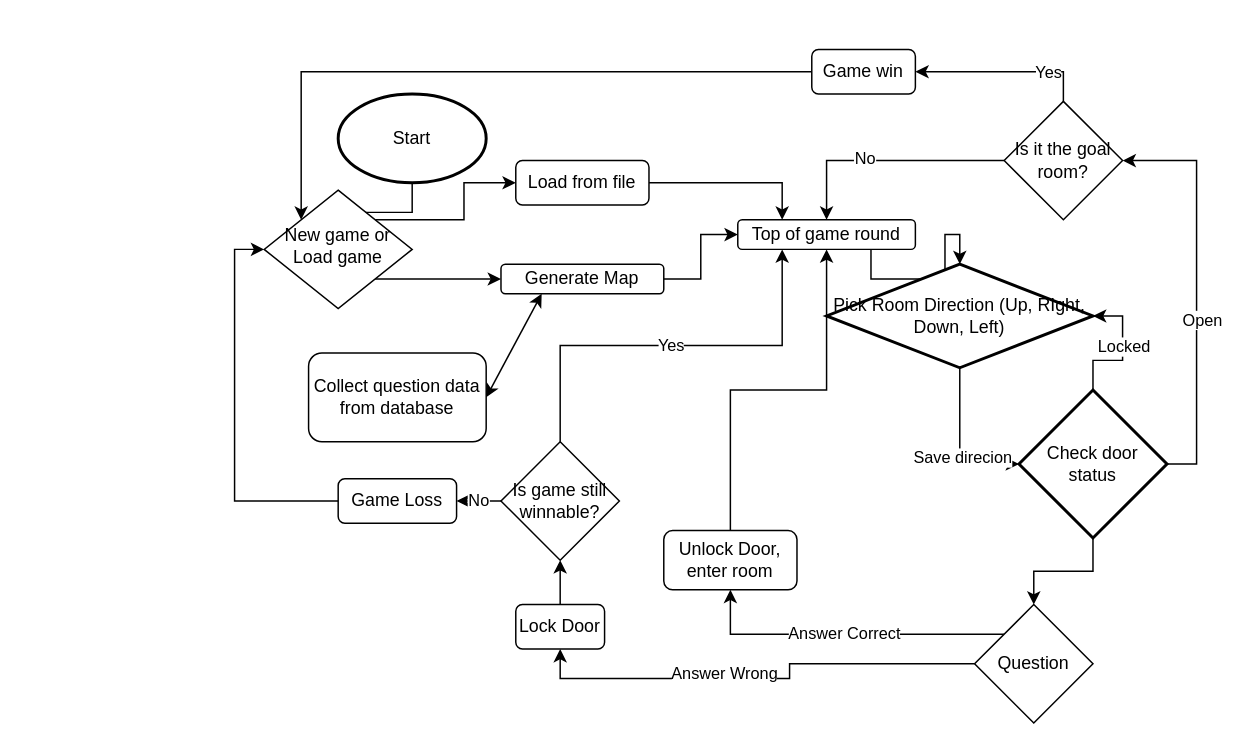
Above: TriviaMazeFlowchart.drawio in mperez68/TriviaMaze (draw.io), before the change. Source tidied: cells renumbered, new cells numbered last; positions are measured from the earlier drawing's top-left corner, leaving out a move shared by most shapes. Both pictures are drawn from the tidied source at 148%, with x=0, y=0 at pixel (263, 49).
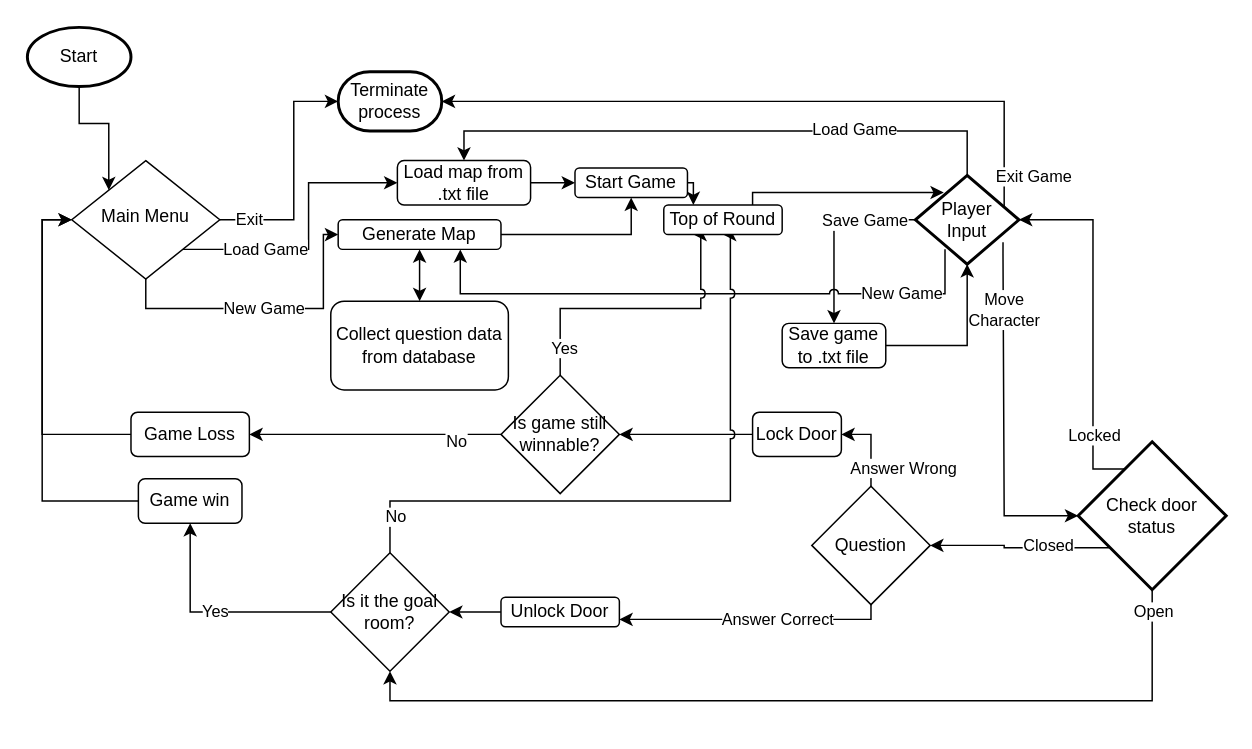
The same page after the edit.

Diff of the diagram source:
```diff
@@
-    <mxCell id="2" style="rounded=0;html=1;jettySize=auto;fontSize=11;endArrow=block;endFill=0;endSize=8;strokeWidth=1;shadow=0;labelBackgroundColor=none;edgeStyle=orthogonalEdgeStyle;" parent="1" edge="1" source="13" target="5">
-      <mxGeometry relative="1" as="geometry" />
-    </mxCell>
+    <mxCell id="4" value="New Game" style="edgeStyle=orthogonalEdgeStyle;rounded=0;jettySize=auto;html=1;exitX=0.5;exitY=1;exitDx=0;exitDy=0;entryX=0;entryY=0.5;entryDx=0;entryDy=0;" parent="1" edge="1" source="5" target="7">
+      <mxGeometry relative="1" as="geometry">
+        <Array as="points">
+          <mxPoint x="-80" y="175" />
+          <mxPoint x="40" y="175" />
+          <mxPoint x="40" y="125" />
+        </Array>
+      </mxGeometry>
+    </mxCell>
+    <mxCell id="45" value="Exit" style="edgeStyle=orthogonalEdgeStyle;rounded=0;jettySize=auto;html=1;exitX=1;exitY=0.5;exitDx=0;exitDy=0;entryX=0;entryY=0.5;entryDx=0;entryDy=0;entryPerimeter=0;" parent="1" edge="1" source="5" target="63">
+      <mxGeometry x="-0.75" relative="1" as="geometry">
+        <Array as="points">
+          <mxPoint x="20" y="115" />
+          <mxPoint x="20" y="35" />
+        </Array>
+      </mxGeometry>
+    </mxCell>
-    <mxCell id="3" style="edgeStyle=orthogonalEdgeStyle;rounded=0;jettySize=auto;html=1;exitX=1;exitY=0;exitDx=0;exitDy=0;entryX=0;entryY=0.5;entryDx=0;entryDy=0;" parent="1" edge="1" source="5" target="9">
+    <mxCell id="3" style="edgeStyle=orthogonalEdgeStyle;rounded=0;jettySize=auto;html=1;exitX=1;exitY=1;exitDx=0;exitDy=0;entryX=0;entryY=0.5;entryDx=0;entryDy=0;" parent="1" edge="1" source="5" target="9">
       <mxGeometry relative="1" as="geometry" />
     </mxCell>
-    <mxCell id="4" style="edgeStyle=orthogonalEdgeStyle;rounded=0;jettySize=auto;html=1;exitX=1;exitY=1;exitDx=0;exitDy=0;entryX=0;entryY=0.5;entryDx=0;entryDy=0;" parent="1" edge="1" source="5" target="7">
-      <mxGeometry relative="1" as="geometry" />
-    </mxCell>
+    <mxCell id="46" value="Load Game" style="edgeLabel;html=1;align=center;verticalAlign=middle;" parent="3" vertex="1">
+      <mxGeometry x="-0.42" y="1" relative="1" as="geometry" />
+    </mxCell>
-    <mxCell id="5" value="New game or Load game" style="rhombus;whiteSpace=wrap;html=1;shadow=0;fontFamily=Helvetica;fontSize=12;align=center;strokeWidth=1;spacing=6;spacingTop=-4;" parent="1" vertex="1">
-      <mxGeometry y="95" width="100" height="80" as="geometry" />
+    <mxCell id="5" value="Main Menu" style="rhombus;whiteSpace=wrap;html=1;shadow=0;fontFamily=Helvetica;fontSize=12;align=center;strokeWidth=1;spacing=6;spacingTop=-4;" parent="1" vertex="1">
+      <mxGeometry x="-130" y="75" width="100" height="80" as="geometry" />
     </mxCell>
-    <mxCell id="6" style="edgeStyle=orthogonalEdgeStyle;rounded=0;jettySize=auto;html=1;exitX=1;exitY=0.5;exitDx=0;exitDy=0;entryX=0;entryY=0.5;entryDx=0;entryDy=0;" parent="1" edge="1" source="7" target="11">
+    <mxCell id="6" style="edgeStyle=orthogonalEdgeStyle;rounded=0;jettySize=auto;html=1;exitX=1;exitY=0.5;exitDx=0;exitDy=0;" parent="1" edge="1" source="7" target="11">
       <mxGeometry relative="1" as="geometry" />
     </mxCell>
     <mxCell id="7" value="Generate Map" style="rounded=1;whiteSpace=wrap;html=1;fontSize=12;glass=0;strokeWidth=1;shadow=0;" parent="1" vertex="1">
-      <mxGeometry x="160" y="145" width="110" height="20" as="geometry" />
+      <mxGeometry x="50" y="115" width="110" height="20" as="geometry" />
     </mxCell>
-    <mxCell id="8" style="edgeStyle=orthogonalEdgeStyle;rounded=0;jettySize=auto;html=1;exitX=1;exitY=0.5;exitDx=0;exitDy=0;entryX=0.25;entryY=0;entryDx=0;entryDy=0;" parent="1" edge="1" source="9" target="11">
+    <mxCell id="8" style="edgeStyle=orthogonalEdgeStyle;rounded=0;jettySize=auto;html=1;exitX=1;exitY=0.5;exitDx=0;exitDy=0;" parent="1" edge="1" source="9" target="11">
       <mxGeometry relative="1" as="geometry" />
     </mxCell>
-    <mxCell id="9" value="Load from file" style="rounded=1;whiteSpace=wrap;html=1;" parent="1" vertex="1">
-      <mxGeometry x="170" y="75" width="90" height="30" as="geometry" />
+    <mxCell id="9" value="Load map from .txt file" style="rounded=1;whiteSpace=wrap;html=1;" parent="1" vertex="1">
+      <mxGeometry x="90" y="75" width="90" height="30" as="geometry" />
     </mxCell>
-    <mxCell id="10" style="edgeStyle=orthogonalEdgeStyle;rounded=0;jettySize=auto;html=1;exitX=0.75;exitY=1;exitDx=0;exitDy=0;entryX=0.5;entryY=0;entryDx=0;entryDy=0;entryPerimeter=0;" parent="1" edge="1" source="11" target="16">
+    <mxCell id="10" style="edgeStyle=orthogonalEdgeStyle;rounded=0;jettySize=auto;html=1;exitX=1;exitY=0.5;exitDx=0;exitDy=0;entryX=0.25;entryY=0;entryDx=0;entryDy=0;" parent="1" edge="1" source="11" target="62">
       <mxGeometry relative="1" as="geometry" />
     </mxCell>
-    <mxCell id="11" value="Top of game round" style="rounded=1;whiteSpace=wrap;html=1;" parent="1" vertex="1">
-      <mxGeometry x="320" y="115" width="120" height="20" as="geometry" />
+    <mxCell id="11" value="Start Game" style="rounded=1;whiteSpace=wrap;html=1;" parent="1" vertex="1">
+      <mxGeometry x="210" y="80" width="76" height="20" as="geometry" />
     </mxCell>
@@
+    <mxCell id="2" style="edgeStyle=orthogonalEdgeStyle;rounded=0;jettySize=auto;html=1;exitX=0.5;exitY=1;exitDx=0;exitDy=0;exitPerimeter=0;entryX=0;entryY=0;entryDx=0;entryDy=0;" parent="1" edge="1" source="13" target="5">
+      <mxGeometry relative="1" as="geometry" />
+    </mxCell>
     <mxCell id="13" value="Start" style="strokeWidth=2;html=1;shape=mxgraph.flowchart.start_1;whiteSpace=wrap;" parent="1" vertex="1">
-      <mxGeometry x="50" y="30" width="100" height="60" as="geometry" />
+      <mxGeometry x="-160" y="-15" width="70" height="40" as="geometry" />
     </mxCell>
-    <mxCell id="14" style="edgeStyle=orthogonalEdgeStyle;rounded=0;jettySize=auto;html=1;exitX=0.5;exitY=1;exitDx=0;exitDy=0;exitPerimeter=0;entryX=0;entryY=0.5;entryDx=0;entryDy=0;entryPerimeter=0;" parent="1" edge="1" source="16" target="22">
-      <mxGeometry relative="1" as="geometry" />
+    <mxCell id="14" style="edgeStyle=orthogonalEdgeStyle;rounded=0;jettySize=auto;html=1;exitX=0.846;exitY=0.753;exitDx=0;exitDy=0;exitPerimeter=0;entryX=0;entryY=0.5;entryDx=0;entryDy=0;entryPerimeter=0;" parent="1" edge="1" source="16" target="22">
+      <mxGeometry relative="1" as="geometry">
+        <Array as="points">
+          <mxPoint x="499" y="138" />
+          <mxPoint x="500" y="315" />
+        </Array>
+      </mxGeometry>
     </mxCell>
-    <mxCell id="15" value="Save direcion" style="edgeLabel;html=1;align=center;verticalAlign=middle;" parent="14" vertex="1">
-      <mxGeometry x="0.14" y="1" relative="1" as="geometry" />
-    </mxCell>
+    <mxCell id="47" value="Move&lt;br&gt;Character" style="edgeLabel;html=1;align=center;verticalAlign=middle;" parent="14" vertex="1">
+      <mxGeometry x="-0.21" relative="1" as="geometry">
+        <mxPoint y="-47.4" as="offset" />
+      </mxGeometry>
+    </mxCell>
+    <mxCell id="48" style="edgeStyle=orthogonalEdgeStyle;rounded=0;jumpStyle=arc;jettySize=auto;html=1;exitX=0;exitY=0.5;exitDx=0;exitDy=0;exitPerimeter=0;entryX=0.5;entryY=0;entryDx=0;entryDy=0;" parent="1" edge="1" source="16" target="60">
+      <mxGeometry relative="1" as="geometry" />
+    </mxCell>
+    <mxCell id="49" value="Save Game" style="edgeLabel;html=1;align=center;verticalAlign=middle;" parent="48" vertex="1">
+      <mxGeometry x="0.16" y="-3" relative="1" as="geometry">
+        <mxPoint x="23" y="-18" as="offset" />
+      </mxGeometry>
+    </mxCell>
+    <mxCell id="50" style="edgeStyle=orthogonalEdgeStyle;rounded=0;jumpStyle=arc;jettySize=auto;html=1;exitX=0.857;exitY=0.393;exitDx=0;exitDy=0;exitPerimeter=0;entryX=1;entryY=0.5;entryDx=0;entryDy=0;entryPerimeter=0;" parent="1" edge="1" source="16" target="63">
+      <mxGeometry relative="1" as="geometry">
+        <Array as="points">
+          <mxPoint x="500" y="35" />
+        </Array>
+      </mxGeometry>
+    </mxCell>
+    <mxCell id="51" value="Exit Game" style="edgeLabel;html=1;align=center;verticalAlign=middle;" parent="50" vertex="1">
+      <mxGeometry x="-0.81" y="1" relative="1" as="geometry">
+        <mxPoint x="21" y="20.4" as="offset" />
+      </mxGeometry>
+    </mxCell>
+    <mxCell id="52" style="edgeStyle=orthogonalEdgeStyle;rounded=0;jumpStyle=arc;jettySize=auto;html=1;exitX=0.5;exitY=0;exitDx=0;exitDy=0;exitPerimeter=0;entryX=0.5;entryY=0;entryDx=0;entryDy=0;" parent="1" edge="1" source="16" target="9">
+      <mxGeometry relative="1" as="geometry">
+        <Array as="points">
+          <mxPoint x="475" y="55" />
+          <mxPoint x="135" y="55" />
+        </Array>
+      </mxGeometry>
+    </mxCell>
+    <mxCell id="53" value="Load Game" style="edgeLabel;html=1;align=center;verticalAlign=middle;" parent="52" vertex="1">
+      <mxGeometry x="-0.45" y="-2" relative="1" as="geometry" />
+    </mxCell>
+    <mxCell id="54" style="edgeStyle=orthogonalEdgeStyle;rounded=0;jumpStyle=arc;jettySize=auto;html=1;exitX=0.286;exitY=0.833;exitDx=0;exitDy=0;exitPerimeter=0;entryX=0.75;entryY=1;entryDx=0;entryDy=0;" parent="1" edge="1" source="16" target="7">
+      <mxGeometry relative="1" as="geometry">
+        <Array as="points">
+          <mxPoint x="460" y="165" />
+          <mxPoint x="133" y="165" />
+        </Array>
+      </mxGeometry>
+    </mxCell>
+    <mxCell id="55" value="New Game" style="edgeLabel;html=1;align=center;verticalAlign=middle;" parent="54" vertex="1">
+      <mxGeometry x="-0.64" y="-1" relative="1" as="geometry">
+        <mxPoint x="10" as="offset" />
+      </mxGeometry>
+    </mxCell>
-    <mxCell id="16" value="&lt;span&gt;Pick Room Direction (Up, RIght, Down, Left)&lt;/span&gt;" style="strokeWidth=2;html=1;shape=mxgraph.flowchart.decision;whiteSpace=wrap;" parent="1" vertex="1">
-      <mxGeometry x="380" y="145" width="180" height="70" as="geometry" />
+    <mxCell id="16" value="&lt;span&gt;Player&lt;br&gt;Input&lt;br&gt;&lt;/span&gt;" style="strokeWidth=2;html=1;shape=mxgraph.flowchart.decision;whiteSpace=wrap;" parent="1" vertex="1">
+      <mxGeometry x="440" y="85" width="70" height="60" as="geometry" />
     </mxCell>
-    <mxCell id="17" style="edgeStyle=orthogonalEdgeStyle;rounded=0;jettySize=auto;html=1;exitX=1;exitY=0.5;exitDx=0;exitDy=0;exitPerimeter=0;entryX=1;entryY=0.5;entryDx=0;entryDy=0;" parent="1" edge="1" source="22" target="37">
-      <mxGeometry relative="1" as="geometry" />
-    </mxCell>
-    <mxCell id="18" value="Open" style="edgeLabel;html=1;align=center;verticalAlign=middle;" parent="17" vertex="1">
-      <mxGeometry x="-0.14" y="-3" relative="1" as="geometry" />
-    </mxCell>
-    <mxCell id="19" style="edgeStyle=orthogonalEdgeStyle;rounded=0;jettySize=auto;html=1;exitX=0.5;exitY=0;exitDx=0;exitDy=0;exitPerimeter=0;entryX=1;entryY=0.5;entryDx=0;entryDy=0;entryPerimeter=0;" parent="1" edge="1" source="22" target="16">
-      <mxGeometry relative="1" as="geometry" />
+    <mxCell id="19" style="edgeStyle=orthogonalEdgeStyle;rounded=0;jettySize=auto;html=1;entryX=1;entryY=0.5;entryDx=0;entryDy=0;entryPerimeter=0;exitX=0.32;exitY=0.184;exitDx=0;exitDy=0;exitPerimeter=0;" parent="1" edge="1" source="22" target="16">
+      <mxGeometry relative="1" as="geometry">
+        <Array as="points">
+          <mxPoint x="560" y="283" />
+          <mxPoint x="560" y="115" />
+        </Array>
+      </mxGeometry>
     </mxCell>
     <mxCell id="20" value="Locked" style="edgeLabel;html=1;align=center;verticalAlign=middle;" parent="19" vertex="1">
-      <mxGeometry x="0.1" relative="1" as="geometry" />
+      <mxGeometry x="0.1" relative="1" as="geometry">
+        <mxPoint y="86.6" as="offset" />
+      </mxGeometry>
     </mxCell>
-    <mxCell id="21" style="edgeStyle=orthogonalEdgeStyle;rounded=0;jettySize=auto;html=1;exitX=0.5;exitY=1;exitDx=0;exitDy=0;exitPerimeter=0;entryX=0.5;entryY=0;entryDx=0;entryDy=0;" parent="1" edge="1" source="22" target="26">
-      <mxGeometry relative="1" as="geometry" />
+    <mxCell id="21" value="Closed" style="edgeStyle=orthogonalEdgeStyle;rounded=0;jettySize=auto;html=1;exitX=0.212;exitY=0.716;exitDx=0;exitDy=0;exitPerimeter=0;entryX=1;entryY=0.5;entryDx=0;entryDy=0;" parent="1" edge="1" source="22" target="26">
+      <mxGeometry x="-0.33" y="-2" relative="1" as="geometry" />
     </mxCell>
+    <mxCell id="17" style="edgeStyle=orthogonalEdgeStyle;rounded=0;jumpStyle=arc;jettySize=auto;html=1;exitX=0.5;exitY=1;exitDx=0;exitDy=0;exitPerimeter=0;entryX=0.5;entryY=1;entryDx=0;entryDy=0;" parent="1" edge="1" source="22" target="37">
+      <mxGeometry relative="1" as="geometry" />
+    </mxCell>
+    <mxCell id="18" value="Open" style="edgeLabel;html=1;align=center;verticalAlign=middle;" parent="17" vertex="1">
+      <mxGeometry x="-0.9" relative="1" as="geometry">
+        <mxPoint y="-16" as="offset" />
+      </mxGeometry>
+    </mxCell>
     <mxCell id="22" value="Check door&lt;br&gt;status" style="strokeWidth=2;html=1;shape=mxgraph.flowchart.decision;whiteSpace=wrap;" parent="1" vertex="1">
-      <mxGeometry x="510" y="230" width="100" height="100" as="geometry" />
+      <mxGeometry x="550" y="265" width="100" height="100" as="geometry" />
     </mxCell>
-    <mxCell id="23" style="edgeStyle=orthogonalEdgeStyle;rounded=0;jettySize=auto;html=1;exitX=0;exitY=0.5;exitDx=0;exitDy=0;entryX=0.5;entryY=1;entryDx=0;entryDy=0;" parent="1" edge="1" source="26" target="28">
+    <mxCell id="23" style="edgeStyle=orthogonalEdgeStyle;rounded=0;jettySize=auto;html=1;exitX=0.5;exitY=0;exitDx=0;exitDy=0;entryX=1;entryY=0.5;entryDx=0;entryDy=0;" parent="1" edge="1" source="26" target="28">
       <mxGeometry relative="1" as="geometry" />
     </mxCell>
     <mxCell id="24" value="Answer Wrong" style="edgeLabel;html=1;align=center;verticalAlign=middle;" parent="23" vertex="1">
-      <mxGeometry x="0.16" y="-4" relative="1" as="geometry" />
+      <mxGeometry x="0.16" y="-4" relative="1" as="geometry">
+        <mxPoint x="17" y="19" as="offset" />
+      </mxGeometry>
     </mxCell>
-    <mxCell id="25" value="Answer Correct" style="edgeStyle=orthogonalEdgeStyle;rounded=0;jettySize=auto;html=1;exitX=0;exitY=0;exitDx=0;exitDy=0;entryX=0.5;entryY=1;entryDx=0;entryDy=0;" parent="1" edge="1" source="26" target="30">
-      <mxGeometry relative="1" as="geometry" />
+    <mxCell id="25" value="Answer Correct" style="edgeStyle=orthogonalEdgeStyle;rounded=0;jumpStyle=arc;jettySize=auto;html=1;exitX=0.5;exitY=1;exitDx=0;exitDy=0;entryX=1;entryY=0.75;entryDx=0;entryDy=0;" parent="1" edge="1" source="26" target="30">
+      <mxGeometry x="-0.19" relative="1" as="geometry">
+        <Array as="points">
+          <mxPoint x="410" y="385" />
+          <mxPoint x="244" y="385" />
+        </Array>
+      </mxGeometry>
     </mxCell>
     <mxCell id="26" value="Question" style="rhombus;whiteSpace=wrap;html=1;" parent="1" vertex="1">
-      <mxGeometry x="480" y="375" width="80" height="80" as="geometry" />
+      <mxGeometry x="370" y="295" width="80" height="80" as="geometry" />
     </mxCell>
-    <mxCell id="27" style="edgeStyle=orthogonalEdgeStyle;rounded=0;jettySize=auto;html=1;exitX=0.5;exitY=0;exitDx=0;exitDy=0;entryX=0.5;entryY=1;entryDx=0;entryDy=0;" parent="1" edge="1" source="28" target="40">
+    <mxCell id="27" style="edgeStyle=orthogonalEdgeStyle;rounded=0;jettySize=auto;html=1;exitX=0;exitY=0.5;exitDx=0;exitDy=0;entryX=1;entryY=0.5;entryDx=0;entryDy=0;" parent="1" edge="1" source="28" target="40">
       <mxGeometry relative="1" as="geometry" />
     </mxCell>
     <mxCell id="28" value="Lock Door" style="rounded=1;whiteSpace=wrap;html=1;" parent="1" vertex="1">
-      <mxGeometry x="170" y="375" width="60" height="30" as="geometry" />
+      <mxGeometry x="330" y="245" width="60" height="30" as="geometry" />
     </mxCell>
-    <mxCell id="29" style="edgeStyle=orthogonalEdgeStyle;rounded=0;jettySize=auto;html=1;exitX=0.5;exitY=0;exitDx=0;exitDy=0;entryX=0.5;entryY=1;entryDx=0;entryDy=0;" parent="1" edge="1" source="30" target="11">
-      <mxGeometry relative="1" as="geometry" />
-    </mxCell>
+    <mxCell id="56" style="edgeStyle=orthogonalEdgeStyle;rounded=0;jumpStyle=arc;jettySize=auto;html=1;exitX=0;exitY=0.5;exitDx=0;exitDy=0;" parent="1" edge="1" source="30" target="37">
+      <mxGeometry relative="1" as="geometry" />
+    </mxCell>
-    <mxCell id="30" value="Unlock Door,&lt;br&gt;enter room" style="rounded=1;whiteSpace=wrap;html=1;" parent="1" vertex="1">
-      <mxGeometry x="270" y="325" width="90" height="40" as="geometry" />
+    <mxCell id="30" value="Unlock Door" style="rounded=1;whiteSpace=wrap;html=1;" parent="1" vertex="1">
+      <mxGeometry x="160" y="370" width="80" height="20" as="geometry" />
     </mxCell>
-    <mxCell id="31" style="edgeStyle=orthogonalEdgeStyle;rounded=0;jettySize=auto;html=1;exitX=0;exitY=0.5;exitDx=0;exitDy=0;entryX=0;entryY=0;entryDx=0;entryDy=0;" parent="1" edge="1" source="32" target="5">
+    <mxCell id="31" style="edgeStyle=orthogonalEdgeStyle;rounded=0;jumpStyle=arc;jettySize=auto;html=1;exitX=0;exitY=0.5;exitDx=0;exitDy=0;entryX=0;entryY=0.5;entryDx=0;entryDy=0;" parent="1" edge="1" source="32" target="5">
       <mxGeometry relative="1" as="geometry" />
     </mxCell>
     <mxCell id="32" value="Game win" style="rounded=1;whiteSpace=wrap;html=1;" parent="1" vertex="1">
-      <mxGeometry x="370" width="70" height="30" as="geometry" />
+      <mxGeometry x="-85" y="290" width="70" height="30" as="geometry" />
     </mxCell>
-    <mxCell id="33" style="edgeStyle=orthogonalEdgeStyle;rounded=0;jettySize=auto;html=1;exitX=0;exitY=0.5;exitDx=0;exitDy=0;entryX=0.5;entryY=0;entryDx=0;entryDy=0;" parent="1" edge="1" source="37" target="11">
-      <mxGeometry relative="1" as="geometry" />
-    </mxCell>
+    <mxCell id="39" value="Yes" style="edgeStyle=orthogonalEdgeStyle;rounded=0;jumpStyle=arc;jettySize=auto;html=1;exitX=0;exitY=0.5;exitDx=0;exitDy=0;entryX=0.5;entryY=1;entryDx=0;entryDy=0;" parent="1" edge="1" source="37" target="32">
+      <mxGeometry relative="1" as="geometry" />
+    </mxCell>
+    <mxCell id="57" style="edgeStyle=orthogonalEdgeStyle;rounded=0;jumpStyle=arc;jettySize=auto;html=1;exitX=0.5;exitY=0;exitDx=0;exitDy=0;entryX=0.5;entryY=1;entryDx=0;entryDy=0;" parent="1" edge="1" source="37" target="62">
+      <mxGeometry relative="1" as="geometry">
+        <Array as="points">
+          <mxPoint x="85" y="305" />
+          <mxPoint x="315" y="305" />
+        </Array>
+      </mxGeometry>
+    </mxCell>
-    <mxCell id="34" value="No" style="edgeLabel;html=1;align=center;verticalAlign=middle;" parent="33" vertex="1">
-      <mxGeometry x="0.19" y="-2" relative="1" as="geometry" />
+    <mxCell id="34" value="No" style="edgeLabel;html=1;align=center;verticalAlign=middle;" parent="57" vertex="1">
+      <mxGeometry x="-0.72" y="-2" relative="1" as="geometry">
+        <mxPoint x="-25" y="8" as="offset" />
+      </mxGeometry>
     </mxCell>
-    <mxCell id="35" style="edgeStyle=orthogonalEdgeStyle;rounded=0;jettySize=auto;html=1;exitX=0.5;exitY=0;exitDx=0;exitDy=0;entryX=1;entryY=0.5;entryDx=0;entryDy=0;" parent="1" edge="1" source="37" target="32">
-      <mxGeometry relative="1" as="geometry" />
-    </mxCell>
-    <mxCell id="36" value="Yes" style="edgeLabel;html=1;align=center;verticalAlign=middle;" parent="35" vertex="1">
-      <mxGeometry x="-0.48" relative="1" as="geometry" />
-    </mxCell>
     <mxCell id="37" value="Is it the goal room?" style="rhombus;whiteSpace=wrap;html=1;" parent="1" vertex="1">
-      <mxGeometry x="500" y="35" width="80" height="80" as="geometry" />
+      <mxGeometry x="45" y="340" width="80" height="80" as="geometry" />
     </mxCell>
     <mxCell id="38" value="No" style="edgeStyle=orthogonalEdgeStyle;rounded=0;jettySize=auto;html=1;exitX=0;exitY=0.5;exitDx=0;exitDy=0;entryX=1;entryY=0.5;entryDx=0;entryDy=0;" parent="1" edge="1" source="40" target="42">
-      <mxGeometry relative="1" as="geometry" />
+      <mxGeometry x="-0.65" y="5" relative="1" as="geometry" />
     </mxCell>
-    <mxCell id="39" value="Yes" style="edgeStyle=orthogonalEdgeStyle;rounded=0;jettySize=auto;html=1;exitX=0.5;exitY=0;exitDx=0;exitDy=0;entryX=0.25;entryY=1;entryDx=0;entryDy=0;" parent="1" edge="1" source="40" target="11">
-      <mxGeometry relative="1" as="geometry" />
-    </mxCell>
+    <mxCell id="58" style="edgeStyle=orthogonalEdgeStyle;rounded=0;jettySize=auto;html=1;exitX=0.5;exitY=0;exitDx=0;exitDy=0;entryX=0.25;entryY=1;entryDx=0;entryDy=0;jumpStyle=arc;" parent="1" edge="1" source="40" target="62">
+      <mxGeometry relative="1" as="geometry">
+        <Array as="points">
+          <mxPoint x="200" y="175" />
+          <mxPoint x="295" y="175" />
+          <mxPoint x="295" y="125" />
+        </Array>
+      </mxGeometry>
+    </mxCell>
+    <mxCell id="36" value="Yes" style="edgeLabel;html=1;align=center;verticalAlign=middle;" parent="58" vertex="1">
+      <mxGeometry x="-0.52" relative="1" as="geometry">
+        <mxPoint y="26" as="offset" />
+      </mxGeometry>
+    </mxCell>
     <mxCell id="40" value="Is game still winnable?" style="rhombus;whiteSpace=wrap;html=1;" parent="1" vertex="1">
-      <mxGeometry x="160" y="265" width="80" height="80" as="geometry" />
+      <mxGeometry x="160" y="220" width="80" height="80" as="geometry" />
     </mxCell>
@@
     <mxCell id="42" value="Game Loss" style="rounded=1;whiteSpace=wrap;html=1;" parent="1" vertex="1">
-      <mxGeometry x="50" y="290" width="80" height="30" as="geometry" />
+      <mxGeometry x="-90" y="245" width="80" height="30" as="geometry" />
     </mxCell>
     <mxCell id="43" value="Collect question data from database" style="rounded=1;whiteSpace=wrap;html=1;" parent="1" vertex="1">
-      <mxGeometry x="30" y="205" width="120" height="60" as="geometry" />
+      <mxGeometry x="45" y="170" width="120" height="60" as="geometry" />
     </mxCell>
-    <mxCell id="44" style="endArrow=classic;startArrow=classic;html=1;entryX=0.25;entryY=1;entryDx=0;entryDy=0;exitX=1;exitY=0.5;exitDx=0;exitDy=0;" parent="1" edge="1" source="43" target="7">
+    <mxCell id="44" style="endArrow=classic;startArrow=classic;html=1;" parent="1" edge="1" source="43" target="7">
       <mxGeometry relative="1" as="geometry" />
     </mxCell>
+    <mxCell id="59" style="edgeStyle=orthogonalEdgeStyle;rounded=0;jumpStyle=arc;jettySize=auto;html=1;exitX=1;exitY=0.5;exitDx=0;exitDy=0;entryX=0.5;entryY=1;entryDx=0;entryDy=0;entryPerimeter=0;" parent="1" edge="1" source="60" target="16">
+      <mxGeometry relative="1" as="geometry">
+        <Array as="points">
+          <mxPoint x="475" y="200" />
+        </Array>
+      </mxGeometry>
+    </mxCell>
+    <mxCell id="60" value="Save game&lt;br&gt;to .txt file" style="rounded=1;whiteSpace=wrap;html=1;" parent="1" vertex="1">
+      <mxGeometry x="350" y="185" width="70" height="30" as="geometry" />
+    </mxCell>
+    <mxCell id="61" style="edgeStyle=orthogonalEdgeStyle;rounded=0;jumpStyle=arc;jettySize=auto;html=1;exitX=0.75;exitY=0;exitDx=0;exitDy=0;entryX=0.274;entryY=0.193;entryDx=0;entryDy=0;entryPerimeter=0;" parent="1" edge="1" source="62" target="16">
+      <mxGeometry relative="1" as="geometry">
+        <Array as="points">
+          <mxPoint x="330" y="97" />
+        </Array>
+      </mxGeometry>
+    </mxCell>
+    <mxCell id="62" value="Top of Round" style="rounded=1;whiteSpace=wrap;html=1;" parent="1" vertex="1">
+      <mxGeometry x="270" y="105" width="80" height="20" as="geometry" />
+    </mxCell>
+    <mxCell id="63" value="Terminate&lt;br&gt;process" style="strokeWidth=2;html=1;shape=mxgraph.flowchart.terminator;whiteSpace=wrap;" parent="1" vertex="1">
+      <mxGeometry x="50" y="15" width="70" height="40" as="geometry" />
+    </mxCell>
```
